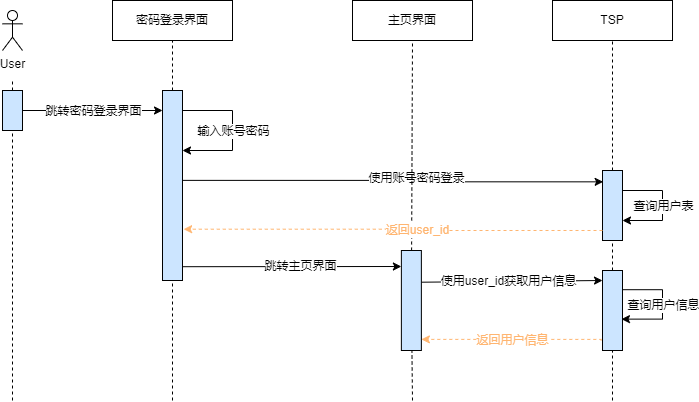
The draw.io diagram x9hp/密码登录时序图.png in notigit/Image, before a commit. Source tidied: cells renumbered, new cells last; positions are measured from the earlier drawing's top-left corner, leaving out a move shared by most shapes.
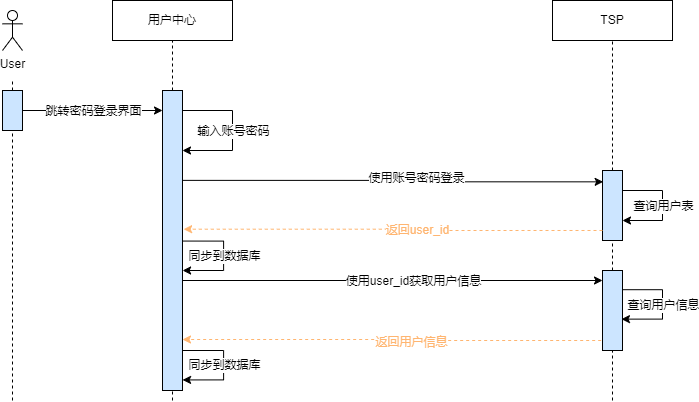
After the commit.

Commit message:
更新密码登录时序图.png

Change to the diagram source:
```diff
@@ -2,7 +2,7 @@
   <root>
     <mxCell id="0" />
     <mxCell id="1" parent="0" />
-    <mxCell id="2" value="密码登录界面" style="rounded=0;whiteSpace=wrap;html=1;" parent="1" vertex="1">
+    <mxCell id="2" value="用户中心" style="rounded=0;whiteSpace=wrap;html=1;" parent="1" vertex="1">
       <mxGeometry x="110" width="120" height="40" as="geometry" />
     </mxCell>
     <mxCell id="3" value="TSP" style="rounded=0;whiteSpace=wrap;html=1;" parent="1" vertex="1">
@@ -24,23 +24,25 @@
         <mxPoint x="10" y="400" as="sourcePoint" />
       </mxGeometry>
     </mxCell>
-    <mxCell id="8" style="endArrow=none;dashed=1;html=1;rounded=0;startArrow=none;entryX=0.5;entryY=1;entryDx=0;entryDy=0;" parent="1" edge="1" source="11" target="2">
-      <mxGeometry relative="1" as="geometry" />
+    <mxCell id="8" style="endArrow=none;dashed=1;html=1;rounded=0;startArrow=none;entryX=0.5;entryY=1;entryDx=0;entryDy=0;" parent="1" edge="1" target="2">
+      <mxGeometry relative="1" as="geometry">
+        <mxPoint x="170" y="90" as="sourcePoint" />
+      </mxGeometry>
     </mxCell>
-    <mxCell id="9" style="edgeStyle=orthogonalEdgeStyle;rounded=0;jettySize=auto;html=1;exitX=1.01;exitY=0.473;exitDx=0;exitDy=0;fontSize=6;entryX=0.033;entryY=0.162;entryDx=0;entryDy=0;entryPerimeter=0;exitPerimeter=0;" parent="1" edge="1" source="11" target="14">
-      <mxGeometry relative="1" as="geometry" />
+    <mxCell id="9" style="edgeStyle=orthogonalEdgeStyle;rounded=0;jettySize=auto;html=1;exitX=1.01;exitY=0.473;exitDx=0;exitDy=0;fontSize=6;entryX=0.033;entryY=0.162;entryDx=0;entryDy=0;entryPerimeter=0;exitPerimeter=0;" parent="1" edge="1" target="14">
+      <mxGeometry relative="1" as="geometry">
+        <mxPoint x="180.2" y="179.9" as="sourcePoint" />
+      </mxGeometry>
     </mxCell>
     <mxCell id="10" value="&lt;font style=&quot;font-size: 11px&quot;&gt;使用账号密码登录&lt;/font&gt;" style="edgeLabel;html=1;align=center;verticalAlign=middle;fontSize=6;" parent="9" vertex="1">
       <mxGeometry x="-0.17" y="2" relative="1" as="geometry">
         <mxPoint x="58" as="offset" />
       </mxGeometry>
     </mxCell>
-    <mxCell id="11" style="rounded=0;whiteSpace=wrap;html=1;fillColor=#CCE5FF;" parent="1" vertex="1">
-      <mxGeometry x="160" y="90" width="20" height="190" as="geometry" />
-    </mxCell>
-    <mxCell id="12" style="endArrow=none;dashed=1;html=1;rounded=0;" parent="1" edge="1" target="11">
+    <mxCell id="12" style="endArrow=none;dashed=1;html=1;rounded=0;" parent="1" edge="1">
       <mxGeometry relative="1" as="geometry">
         <mxPoint x="170" y="400" as="sourcePoint" />
+        <mxPoint x="170" y="280" as="targetPoint" />
       </mxGeometry>
     </mxCell>
     <mxCell id="13" style="endArrow=none;dashed=1;html=1;rounded=0;startArrow=none;entryX=0.5;entryY=1;entryDx=0;entryDy=0;" parent="1" edge="1" source="14" target="3">
@@ -94,14 +96,14 @@
     <mxCell id="22" value="查询用户表" style="edgeLabel;html=1;align=center;verticalAlign=middle;fontSize=11;fillColor=#CCE5FF;" parent="21" vertex="1">
       <mxGeometry relative="1" as="geometry" />
     </mxCell>
-    <mxCell id="23" style="endArrow=classic;html=1;rounded=0;fontSize=11;fontColor=#FFB570;strokeColor=#000000;fillColor=#FFF2CC;exitX=1;exitY=0.25;exitDx=0;exitDy=0;entryX=0;entryY=0.125;entryDx=0;entryDy=0;entryPerimeter=0;" parent="1" edge="1" target="35">
+    <mxCell id="23" style="endArrow=classic;html=1;rounded=0;fontSize=11;fontColor=#FFB570;strokeColor=#000000;fillColor=#FFF2CC;entryX=0;entryY=0.125;entryDx=0;entryDy=0;entryPerimeter=0;" parent="1" edge="1" target="35">
       <mxGeometry relative="1" as="geometry">
-        <mxPoint x="418.9" y="281.7" as="sourcePoint" />
+        <mxPoint x="180" y="280" as="sourcePoint" />
       </mxGeometry>
     </mxCell>
     <mxCell id="24" value="使用user_id获取用户信息" style="edgeLabel;html=1;align=center;verticalAlign=middle;fontSize=11;fontColor=#000000;fillColor=#FFB570;" parent="23" vertex="1">
       <mxGeometry relative="1" as="geometry">
-        <mxPoint x="-4" as="offset" />
+        <mxPoint x="20" as="offset" />
       </mxGeometry>
     </mxCell>
     <mxCell id="25" style="endArrow=classic;html=1;rounded=0;fontSize=11;fontColor=#000000;strokeColor=#000000;fillColor=#FFF2CC;edgeStyle=orthogonalEdgeStyle;entryX=1.004;entryY=0.618;entryDx=0;entryDy=0;exitX=1;exitY=0.25;exitDx=0;exitDy=0;entryPerimeter=0;" parent="1" edge="1">
@@ -119,10 +121,7 @@
     </mxCell>
     <mxCell id="27" style="edgeStyle=orthogonalEdgeStyle;rounded=0;jettySize=auto;html=1;exitX=-0.067;exitY=0.875;exitDx=0;exitDy=0;fontSize=11;dashed=1;fillColor=#FFF2CC;strokeColor=#FFB570;exitPerimeter=0;" parent="1" edge="1" source="35">
       <mxGeometry relative="1" as="geometry">
-        <mxPoint x="418.9" y="338.9" as="targetPoint" />
-        <Array as="points">
-          <mxPoint x="599" y="339" />
-        </Array>
+        <mxPoint x="180" y="339" as="targetPoint" />
       </mxGeometry>
     </mxCell>
     <mxCell id="28" value="返回用户信息" style="edgeLabel;html=1;align=center;verticalAlign=middle;fontSize=11;fillColor=#FFB570;fontColor=#FFB570;" parent="27" vertex="1">
@@ -130,31 +129,6 @@
         <mxPoint x="-14" as="offset" />
       </mxGeometry>
     </mxCell>
-    <mxCell id="29" value="主页界面" style="rounded=0;whiteSpace=wrap;html=1;" parent="1" vertex="1">
-      <mxGeometry x="350" width="120" height="40" as="geometry" />
-    </mxCell>
-    <mxCell id="30" style="endArrow=none;dashed=1;html=1;rounded=0;startArrow=none;entryX=0.5;entryY=1;entryDx=0;entryDy=0;" parent="1" edge="1" source="31" target="29">
-      <mxGeometry relative="1" as="geometry" />
-    </mxCell>
-    <mxCell id="31" style="rounded=0;whiteSpace=wrap;html=1;fillColor=#CCE5FF;" parent="1" vertex="1">
-      <mxGeometry x="398.9" y="250" width="20" height="100" as="geometry" />
-    </mxCell>
-    <mxCell id="32" style="endArrow=none;dashed=1;html=1;rounded=0;" parent="1" edge="1" target="31">
-      <mxGeometry relative="1" as="geometry">
-        <mxPoint x="410" y="400" as="sourcePoint" />
-      </mxGeometry>
-    </mxCell>
-    <mxCell id="33" style="endArrow=classic;html=1;rounded=0;fontSize=11;fontColor=#000000;strokeColor=#000000;fillColor=#FFF2CC;exitX=1.056;exitY=0.554;exitDx=0;exitDy=0;exitPerimeter=0;" parent="1" edge="1">
-      <mxGeometry relative="1" as="geometry">
-        <mxPoint x="180" y="266.2" as="sourcePoint" />
-        <mxPoint x="398.9" y="266" as="targetPoint" />
-      </mxGeometry>
-    </mxCell>
-    <mxCell id="34" value="跳转主页界面" style="edgeLabel;html=1;align=center;verticalAlign=middle;fontSize=11;fontColor=#000000;fillColor=#FFB570;" parent="33" vertex="1">
-      <mxGeometry relative="1" as="geometry">
-        <mxPoint x="9" y="-1" as="offset" />
-      </mxGeometry>
-    </mxCell>
     <mxCell id="35" style="rounded=0;whiteSpace=wrap;html=1;fillColor=#CCE5FF;" parent="1" vertex="1">
       <mxGeometry x="600" y="270" width="20" height="80" as="geometry" />
     </mxCell>
@@ -163,13 +137,44 @@
         <mxPoint x="610" y="400" as="sourcePoint" />
       </mxGeometry>
     </mxCell>
-    <mxCell id="37" style="edgeStyle=orthogonalEdgeStyle;rounded=0;jettySize=auto;html=1;exitX=0;exitY=0.857;exitDx=0;exitDy=0;fontSize=11;dashed=1;fillColor=#FFF2CC;strokeColor=#FFB570;exitPerimeter=0;entryX=1.056;entryY=0.73;entryDx=0;entryDy=0;entryPerimeter=0;" parent="1" edge="1" source="14" target="11">
-      <mxGeometry relative="1" as="geometry" />
+    <mxCell id="37" style="edgeStyle=orthogonalEdgeStyle;rounded=0;jettySize=auto;html=1;exitX=0;exitY=0.857;exitDx=0;exitDy=0;fontSize=11;dashed=1;fillColor=#FFF2CC;strokeColor=#FFB570;exitPerimeter=0;entryX=1.056;entryY=0.73;entryDx=0;entryDy=0;entryPerimeter=0;" parent="1" edge="1" source="14">
+      <mxGeometry relative="1" as="geometry">
+        <mxPoint x="181.1" y="228.7" as="targetPoint" />
+      </mxGeometry>
     </mxCell>
     <mxCell id="38" value="返回user_id" style="edgeLabel;html=1;align=center;verticalAlign=middle;fontSize=11;fillColor=#FFB570;fontColor=#FFB570;" parent="37" vertex="1">
       <mxGeometry x="-0.16" y="1" relative="1" as="geometry">
         <mxPoint x="-9" y="-1" as="offset" />
       </mxGeometry>
     </mxCell>
+    <mxCell id="39" style="endArrow=classic;html=1;rounded=0;fontSize=11;fontColor=#000000;strokeColor=#000000;fillColor=#FFF2CC;edgeStyle=orthogonalEdgeStyle;entryX=1.004;entryY=0.618;entryDx=0;entryDy=0;exitX=1;exitY=0.25;exitDx=0;exitDy=0;entryPerimeter=0;" parent="1" edge="1">
+      <mxGeometry relative="1" as="geometry">
+        <mxPoint x="180" y="240.6" as="sourcePoint" />
+        <mxPoint x="180.1" y="270" as="targetPoint" />
+        <Array as="points">
+          <mxPoint x="221.1" y="240.4" />
+          <mxPoint x="221.1" y="270.4" />
+        </Array>
+      </mxGeometry>
+    </mxCell>
+    <mxCell id="40" value="同步到数据库" style="edgeLabel;html=1;align=center;verticalAlign=middle;fontSize=11;fontColor=#000000;fillColor=#FFB570;" parent="39" vertex="1">
+      <mxGeometry relative="1" as="geometry" />
+    </mxCell>
+    <mxCell id="41" style="rounded=0;whiteSpace=wrap;html=1;fillColor=#CCE5FF;" parent="1" vertex="1">
+      <mxGeometry x="160" y="90" width="20" height="300" as="geometry" />
+    </mxCell>
+    <mxCell id="42" style="endArrow=classic;html=1;rounded=0;fontSize=11;fontColor=#000000;strokeColor=#000000;fillColor=#FFF2CC;edgeStyle=orthogonalEdgeStyle;entryX=1.004;entryY=0.618;entryDx=0;entryDy=0;exitX=1;exitY=0.25;exitDx=0;exitDy=0;entryPerimeter=0;" parent="1" edge="1">
+      <mxGeometry relative="1" as="geometry">
+        <mxPoint x="180" y="350" as="sourcePoint" />
+        <mxPoint x="180.1" y="379.4" as="targetPoint" />
+        <Array as="points">
+          <mxPoint x="221.1" y="349.8" />
+          <mxPoint x="221.1" y="379.8" />
+        </Array>
+      </mxGeometry>
+    </mxCell>
+    <mxCell id="43" value="同步到数据库" style="edgeLabel;html=1;align=center;verticalAlign=middle;fontSize=11;fontColor=#000000;fillColor=#FFB570;" parent="42" vertex="1">
+      <mxGeometry relative="1" as="geometry" />
+    </mxCell>
   </root>
 </mxGraphModel>
```
